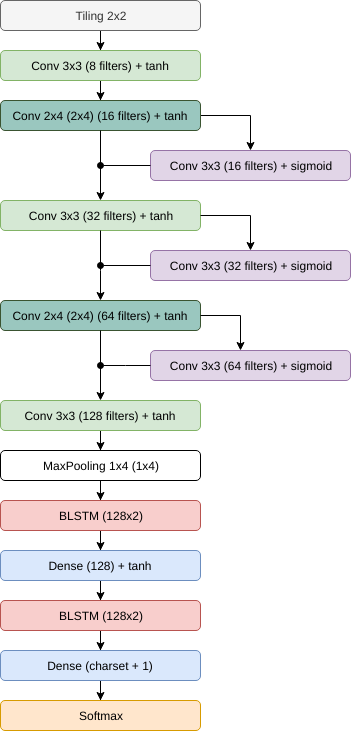
Above: doc/arch/bluche/bluche.png in arthurflor23/handwritten-text-recognition (draw.io), before the change. Source tidied: cells renumbered, new cells last; positions are measured from the earlier drawing's top-left corner, leaving out a move shared by most shapes.
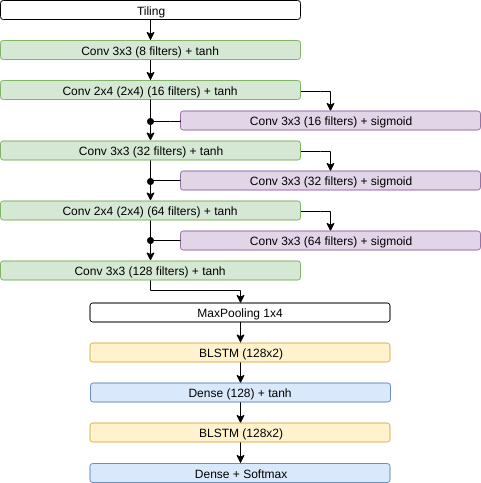
Above is the later version.

The edit, as a diff of the source:
```diff
@@ -2,132 +2,125 @@
   <root>
     <mxCell id="0" />
     <mxCell id="1" parent="0" />
-    <mxCell id="2" style="edgeStyle=orthogonalEdgeStyle;rounded=0;jettySize=auto;html=1;" parent="1" edge="1" source="3" target="5">
-      <mxGeometry relative="1" as="geometry" />
-    </mxCell>
-    <mxCell id="3" value="Tiling 2x2" style="rounded=1;whiteSpace=wrap;html=1;fillColor=#f5f5f5;strokeColor=#666666;fontColor=#333333;" parent="1" vertex="1">
-      <mxGeometry width="200" height="30" as="geometry" />
-    </mxCell>
+    <mxCell id="34" style="edgeStyle=orthogonalEdgeStyle;rounded=0;jettySize=auto;html=1;" parent="1" edge="1" source="35" target="5">
+      <mxGeometry relative="1" as="geometry" />
+    </mxCell>
+    <mxCell id="35" value="Tiling" style="rounded=1;whiteSpace=wrap;html=1;" parent="1" vertex="1">
+      <mxGeometry x="-60" y="-40" width="300" height="19" as="geometry" />
+    </mxCell>
     <mxCell id="4" style="edgeStyle=orthogonalEdgeStyle;rounded=0;jettySize=auto;html=1;" parent="1" edge="1" source="5" target="7">
       <mxGeometry relative="1" as="geometry" />
     </mxCell>
-    <mxCell id="5" value="Conv 3x3 (8 filters)&amp;nbsp;+ tanh" style="rounded=1;whiteSpace=wrap;html=1;fillColor=#d5e8d4;strokeColor=#82b366;" parent="1" vertex="1">
-      <mxGeometry y="50" width="200" height="30" as="geometry" />
+    <mxCell id="5" value="Conv 3x3 (8 filters) + tanh" style="rounded=1;whiteSpace=wrap;html=1;fillColor=#d5e8d4;strokeColor=#82b366;" parent="1" vertex="1">
+      <mxGeometry x="-60" width="300" height="19" as="geometry" />
     </mxCell>
-    <mxCell id="6" style="edgeStyle=orthogonalEdgeStyle;rounded=0;jettySize=auto;html=1;exitX=1;exitY=0.5;exitDx=0;exitDy=0;" parent="1" edge="1" source="7" target="9">
+    <mxCell id="6" style="edgeStyle=orthogonalEdgeStyle;rounded=0;jettySize=auto;html=1;entryX=0.5;entryY=0;entryDx=0;entryDy=0;" parent="1" edge="1" source="7" target="9">
       <mxGeometry relative="1" as="geometry">
         <Array as="points">
-          <mxPoint x="250" y="115" />
+          <mxPoint x="260" y="51" />
+          <mxPoint x="270" y="51" />
         </Array>
       </mxGeometry>
     </mxCell>
-    <mxCell id="7" value="Conv 2x4 (2x4) (16 filters) + tanh" style="rounded=1;whiteSpace=wrap;html=1;fillColor=#9AC7BF;strokeColor=#3A5431;fontColor=#000000;" parent="1" vertex="1">
-      <mxGeometry y="100" width="200" height="30" as="geometry" />
+    <mxCell id="7" value="Conv 2x4 (2x4) (16 filters)&amp;nbsp;+ tanh" style="rounded=1;whiteSpace=wrap;html=1;fillColor=#d5e8d4;strokeColor=#82b366;" parent="1" vertex="1">
+      <mxGeometry x="-60" y="40" width="300" height="19" as="geometry" />
     </mxCell>
+    <mxCell id="9" value="Conv 3x3 (16 filters) + sigmoid" style="rounded=1;whiteSpace=wrap;html=1;fillColor=#e1d5e7;strokeColor=#9673a6;" parent="1" vertex="1">
+      <mxGeometry x="120" y="70.5" width="300" height="19" as="geometry" />
+    </mxCell>
+    <mxCell id="11" value="Conv 3x3&amp;nbsp;(32 filters)&amp;nbsp;+ sigmoid" style="rounded=1;whiteSpace=wrap;html=1;fillColor=#e1d5e7;strokeColor=#9673a6;" parent="1" vertex="1">
+      <mxGeometry x="120" y="130.5" width="300" height="19" as="geometry" />
+    </mxCell>
+    <mxCell id="26" style="edgeStyle=orthogonalEdgeStyle;rounded=0;jettySize=auto;html=1;entryX=0.5;entryY=0;entryDx=0;entryDy=0;" parent="1" edge="1" source="12" target="27">
+      <mxGeometry relative="1" as="geometry">
+        <Array as="points">
+          <mxPoint x="260" y="171" />
+          <mxPoint x="270" y="171" />
+        </Array>
+      </mxGeometry>
+    </mxCell>
+    <mxCell id="12" value="Conv 2x4 (2x4) (64 filters)&amp;nbsp;+ tanh" style="rounded=1;whiteSpace=wrap;html=1;fillColor=#d5e8d4;strokeColor=#82b366;" parent="1" vertex="1">
+      <mxGeometry x="-60" y="160.5" width="300" height="19" as="geometry" />
+    </mxCell>
+    <mxCell id="36" style="edgeStyle=orthogonalEdgeStyle;rounded=0;jettySize=auto;html=1;entryX=0.5;entryY=0;entryDx=0;entryDy=0;" parent="1" edge="1" source="14" target="38">
+      <mxGeometry relative="1" as="geometry">
+        <Array as="points">
+          <mxPoint x="90" y="250" />
+          <mxPoint x="180" y="250" />
+        </Array>
+      </mxGeometry>
+    </mxCell>
+    <mxCell id="14" value="Conv 3x3 (128 filters)&amp;nbsp;+ tanh" style="rounded=1;whiteSpace=wrap;html=1;fillColor=#d5e8d4;strokeColor=#82b366;" parent="1" vertex="1">
+      <mxGeometry x="-60" y="220.5" width="300" height="19" as="geometry" />
+    </mxCell>
+    <mxCell id="37" style="edgeStyle=orthogonalEdgeStyle;rounded=0;jettySize=auto;html=1;" parent="1" edge="1" source="38" target="40">
+      <mxGeometry relative="1" as="geometry" />
+    </mxCell>
+    <mxCell id="38" value="MaxPooling 1x4" style="rounded=1;whiteSpace=wrap;html=1;" parent="1" vertex="1">
+      <mxGeometry x="29.5" y="262.5" width="300" height="19" as="geometry" />
+    </mxCell>
+    <mxCell id="39" style="edgeStyle=orthogonalEdgeStyle;rounded=0;jettySize=auto;html=1;entryX=0.5;entryY=0;entryDx=0;entryDy=0;" parent="1" edge="1" source="40" target="20">
+      <mxGeometry relative="1" as="geometry" />
+    </mxCell>
+    <mxCell id="40" value="BLSTM (128x2)" style="rounded=1;whiteSpace=wrap;html=1;fillColor=#fff2cc;strokeColor=#d6b656;" parent="1" vertex="1">
+      <mxGeometry x="29.5" y="302.5" width="300" height="19" as="geometry" />
+    </mxCell>
+    <mxCell id="41" style="edgeStyle=orthogonalEdgeStyle;rounded=0;jettySize=auto;html=1;entryX=0.5;entryY=0;entryDx=0;entryDy=0;" parent="1" edge="1" source="20" target="43">
+      <mxGeometry relative="1" as="geometry" />
+    </mxCell>
+    <mxCell id="20" value="Dense (128)&amp;nbsp;+ tanh" style="rounded=1;whiteSpace=wrap;html=1;fillColor=#dae8fc;strokeColor=#6c8ebf;" parent="1" vertex="1">
+      <mxGeometry x="30" y="342.5" width="300" height="19" as="geometry" />
+    </mxCell>
+    <mxCell id="42" style="edgeStyle=orthogonalEdgeStyle;rounded=0;jettySize=auto;html=1;entryX=0.5;entryY=0;entryDx=0;entryDy=0;" parent="1" edge="1" source="43" target="44">
+      <mxGeometry relative="1" as="geometry" />
+    </mxCell>
+    <mxCell id="43" value="BLSTM (128x2)" style="rounded=1;whiteSpace=wrap;html=1;fillColor=#fff2cc;strokeColor=#d6b656;" parent="1" vertex="1">
+      <mxGeometry x="29.5" y="382.5" width="300" height="19" as="geometry" />
+    </mxCell>
+    <mxCell id="44" value="Dense + Softmax" style="rounded=1;whiteSpace=wrap;html=1;fillColor=#dae8fc;strokeColor=#6c8ebf;" parent="1" vertex="1">
+      <mxGeometry x="29.5" y="423" width="300" height="19" as="geometry" />
+    </mxCell>
+    <mxCell id="27" value="Conv 3x3 (64 filters)&amp;nbsp;+ sigmoid" style="rounded=1;whiteSpace=wrap;html=1;fillColor=#e1d5e7;strokeColor=#9673a6;" parent="1" vertex="1">
+      <mxGeometry x="120" y="190.5" width="300" height="19" as="geometry" />
+    </mxCell>
+    <mxCell id="29" style="edgeStyle=orthogonalEdgeStyle;rounded=0;jettySize=auto;html=1;exitX=0.5;exitY=1;exitDx=0;exitDy=0;" parent="1" edge="1" source="7" target="8">
+      <mxGeometry relative="1" as="geometry" />
+    </mxCell>
+    <mxCell id="33" style="edgeStyle=orthogonalEdgeStyle;rounded=0;jettySize=auto;html=1;exitX=0.5;exitY=1;exitDx=0;exitDy=0;" parent="1" edge="1" source="12" target="14">
+      <mxGeometry relative="1" as="geometry" />
+    </mxCell>
+    <mxCell id="31" style="edgeStyle=orthogonalEdgeStyle;rounded=0;jettySize=auto;html=1;" parent="1" edge="1" source="8" target="12">
+      <mxGeometry relative="1" as="geometry" />
+    </mxCell>
+    <mxCell id="10" style="edgeStyle=orthogonalEdgeStyle;rounded=0;jettySize=auto;html=1;entryX=0.5;entryY=0;entryDx=0;entryDy=0;" parent="1" edge="1" source="8" target="11">
+      <mxGeometry relative="1" as="geometry">
+        <Array as="points">
+          <mxPoint x="260" y="111" />
+          <mxPoint x="270" y="111" />
+        </Array>
+      </mxGeometry>
+    </mxCell>
     <mxCell id="8" value="Conv 3x3&amp;nbsp;(32 filters)&amp;nbsp;+ tanh" style="rounded=1;whiteSpace=wrap;html=1;fillColor=#d5e8d4;strokeColor=#82b366;" parent="1" vertex="1">
-      <mxGeometry y="200" width="200" height="30" as="geometry" />
+      <mxGeometry x="-60" y="100.5" width="300" height="19" as="geometry" />
     </mxCell>
-    <mxCell id="9" value="Conv 3x3 (16 filters)&amp;nbsp;+ sigmoid" style="rounded=1;whiteSpace=wrap;html=1;fillColor=#e1d5e7;strokeColor=#9673a6;" parent="1" vertex="1">
-      <mxGeometry x="150" y="150" width="200" height="30" as="geometry" />
-    </mxCell>
-    <mxCell id="10" style="edgeStyle=orthogonalEdgeStyle;rounded=0;jettySize=auto;html=1;exitX=1;exitY=0.5;exitDx=0;exitDy=0;" parent="1" edge="1" source="8" target="11">
-      <mxGeometry relative="1" as="geometry">
-        <Array as="points">
-          <mxPoint x="250" y="215" />
-        </Array>
-      </mxGeometry>
-    </mxCell>
-    <mxCell id="11" value="Conv 3x3&amp;nbsp;(32 filters)&amp;nbsp;+ sigmoid" style="rounded=1;whiteSpace=wrap;html=1;fillColor=#e1d5e7;strokeColor=#9673a6;" parent="1" vertex="1">
-      <mxGeometry x="150" y="250" width="200" height="30" as="geometry" />
-    </mxCell>
-    <mxCell id="12" value="Conv 2x4 (2x4) (64 filters) + tanh" style="rounded=1;whiteSpace=wrap;html=1;fillColor=#9AC7BF;strokeColor=#3A5431;fontColor=#000000;" parent="1" vertex="1">
-      <mxGeometry y="300" width="200" height="30" as="geometry" />
-    </mxCell>
-    <mxCell id="13" style="edgeStyle=orthogonalEdgeStyle;rounded=0;jettySize=auto;html=1;" parent="1" edge="1" source="14" target="16">
-      <mxGeometry relative="1" as="geometry" />
-    </mxCell>
-    <mxCell id="14" value="Conv 3x3 (128 filters) + tanh" style="rounded=1;whiteSpace=wrap;html=1;fillColor=#d5e8d4;strokeColor=#82b366;" parent="1" vertex="1">
-      <mxGeometry y="400" width="200" height="30" as="geometry" />
-    </mxCell>
-    <mxCell id="15" style="edgeStyle=orthogonalEdgeStyle;rounded=0;jettySize=auto;html=1;" parent="1" edge="1" source="16" target="18">
-      <mxGeometry relative="1" as="geometry" />
-    </mxCell>
-    <mxCell id="16" value="MaxPooling 1x4 (1x4)" style="rounded=1;whiteSpace=wrap;html=1;" parent="1" vertex="1">
-      <mxGeometry y="450" width="200" height="30" as="geometry" />
-    </mxCell>
-    <mxCell id="17" style="edgeStyle=orthogonalEdgeStyle;rounded=0;jettySize=auto;html=1;" parent="1" edge="1" source="18" target="20">
-      <mxGeometry relative="1" as="geometry" />
-    </mxCell>
-    <mxCell id="18" value="BLSTM (128x2)" style="rounded=1;whiteSpace=wrap;html=1;fillColor=#f8cecc;strokeColor=#b85450;" parent="1" vertex="1">
-      <mxGeometry y="500" width="200" height="30" as="geometry" />
-    </mxCell>
-    <mxCell id="19" style="edgeStyle=orthogonalEdgeStyle;rounded=0;jettySize=auto;html=1;" parent="1" edge="1" source="20" target="22">
-      <mxGeometry relative="1" as="geometry" />
-    </mxCell>
-    <mxCell id="20" value="Dense (128) + tanh" style="rounded=1;whiteSpace=wrap;html=1;fillColor=#dae8fc;strokeColor=#6c8ebf;" parent="1" vertex="1">
-      <mxGeometry y="550" width="200" height="30" as="geometry" />
-    </mxCell>
-    <mxCell id="21" style="edgeStyle=orthogonalEdgeStyle;rounded=0;jettySize=auto;html=1;" parent="1" edge="1" source="22" target="24">
-      <mxGeometry relative="1" as="geometry" />
-    </mxCell>
-    <mxCell id="22" value="BLSTM (128x2)" style="rounded=1;whiteSpace=wrap;html=1;fillColor=#f8cecc;strokeColor=#b85450;" parent="1" vertex="1">
-      <mxGeometry y="600" width="200" height="30" as="geometry" />
-    </mxCell>
-    <mxCell id="23" style="edgeStyle=orthogonalEdgeStyle;rounded=0;jettySize=auto;html=1;" parent="1" edge="1" source="24" target="25">
-      <mxGeometry relative="1" as="geometry" />
-    </mxCell>
-    <mxCell id="24" value="Dense (charset + 1)" style="rounded=1;whiteSpace=wrap;html=1;fillColor=#dae8fc;strokeColor=#6c8ebf;" parent="1" vertex="1">
-      <mxGeometry y="650" width="200" height="30" as="geometry" />
-    </mxCell>
-    <mxCell id="25" value="Softmax" style="rounded=1;whiteSpace=wrap;html=1;fillColor=#ffe6cc;strokeColor=#d79b00;" parent="1" vertex="1">
-      <mxGeometry y="700" width="200" height="30" as="geometry" />
-    </mxCell>
-    <mxCell id="26" style="edgeStyle=orthogonalEdgeStyle;rounded=0;jettySize=auto;html=1;exitX=1;exitY=0.5;exitDx=0;exitDy=0;" parent="1" edge="1" source="12" target="27">
-      <mxGeometry relative="1" as="geometry">
-        <Array as="points">
-          <mxPoint x="240" y="315" />
-        </Array>
-      </mxGeometry>
-    </mxCell>
-    <mxCell id="27" value="Conv 3x3 (64 filters) + sigmoid" style="rounded=1;whiteSpace=wrap;html=1;fillColor=#e1d5e7;strokeColor=#9673a6;" parent="1" vertex="1">
-      <mxGeometry x="150" y="350" width="200" height="30" as="geometry" />
-    </mxCell>
-    <mxCell id="28" style="edgeStyle=orthogonalEdgeStyle;rounded=0;jettySize=auto;html=1;endArrow=oval;endFill=1;exitX=0;exitY=0.5;exitDx=0;exitDy=0;" parent="1" edge="1" source="9">
-      <mxGeometry relative="1" as="geometry">
-        <mxPoint x="100" y="165" as="targetPoint" />
-      </mxGeometry>
-    </mxCell>
-    <mxCell id="29" style="edgeStyle=orthogonalEdgeStyle;rounded=0;jettySize=auto;html=1;exitX=0.5;exitY=1;exitDx=0;exitDy=0;" parent="1" edge="1" source="7" target="8">
-      <mxGeometry relative="1" as="geometry" />
-    </mxCell>
-    <mxCell id="30" style="edgeStyle=orthogonalEdgeStyle;rounded=0;jettySize=auto;html=1;endArrow=oval;endFill=1;exitX=0;exitY=0.5;exitDx=0;exitDy=0;" parent="1" edge="1" source="11">
-      <mxGeometry relative="1" as="geometry">
-        <mxPoint x="100" y="265" as="targetPoint" />
-        <Array as="points">
-          <mxPoint x="100" y="265" />
-        </Array>
-      </mxGeometry>
-    </mxCell>
-    <mxCell id="31" style="edgeStyle=orthogonalEdgeStyle;rounded=0;jettySize=auto;html=1;entryX=0.5;entryY=0;entryDx=0;entryDy=0;exitX=0.5;exitY=1;exitDx=0;exitDy=0;" parent="1" edge="1" source="8" target="12">
-      <mxGeometry relative="1" as="geometry">
-        <Array as="points">
-          <mxPoint x="100" y="270" />
-          <mxPoint x="100" y="270" />
-        </Array>
-      </mxGeometry>
-    </mxCell>
-    <mxCell id="32" style="edgeStyle=orthogonalEdgeStyle;rounded=0;orthogonalLoop=1;jettySize=auto;html=1;endArrow=oval;endFill=1;" parent="1" edge="1">
-      <mxGeometry relative="1" as="geometry">
-        <mxPoint x="150" y="365" as="sourcePoint" />
-        <mxPoint x="99.8" y="365.2" as="targetPoint" />
-        <Array as="points">
-          <mxPoint x="125" y="365" />
-          <mxPoint x="125" y="365" />
-        </Array>
-      </mxGeometry>
-    </mxCell>
-    <mxCell id="33" style="edgeStyle=orthogonalEdgeStyle;rounded=0;jettySize=auto;html=1;exitX=0.5;exitY=1;exitDx=0;exitDy=0;" parent="1" edge="1" source="12" target="14">
-      <mxGeometry relative="1" as="geometry" />
-    </mxCell>
+    <mxCell id="45" style="edgeStyle=orthogonalEdgeStyle;rounded=0;jettySize=auto;html=1;endArrow=oval;endFill=1;exitX=0;exitY=0.5;exitDx=0;exitDy=0;" parent="1" edge="1" source="9">
+      <mxGeometry relative="1" as="geometry">
+        <mxPoint x="90" y="81" as="targetPoint" />
+        <Array as="points">
+          <mxPoint x="110" y="81" />
+          <mxPoint x="110" y="81" />
+        </Array>
+      </mxGeometry>
+    </mxCell>
+    <mxCell id="46" style="edgeStyle=orthogonalEdgeStyle;rounded=0;jettySize=auto;html=1;endArrow=oval;endFill=1;exitX=0;exitY=0.5;exitDx=0;exitDy=0;" parent="1" edge="1" source="11">
+      <mxGeometry relative="1" as="geometry">
+        <mxPoint x="90" y="141" as="targetPoint" />
+      </mxGeometry>
+    </mxCell>
+    <mxCell id="47" style="edgeStyle=orthogonalEdgeStyle;rounded=0;jettySize=auto;html=1;endArrow=oval;endFill=1;exitX=0;exitY=0.5;exitDx=0;exitDy=0;" parent="1" edge="1" source="27">
+      <mxGeometry relative="1" as="geometry">
+        <mxPoint x="90" y="200" as="targetPoint" />
+      </mxGeometry>
+    </mxCell>
   </root>
 </mxGraphModel>
```
